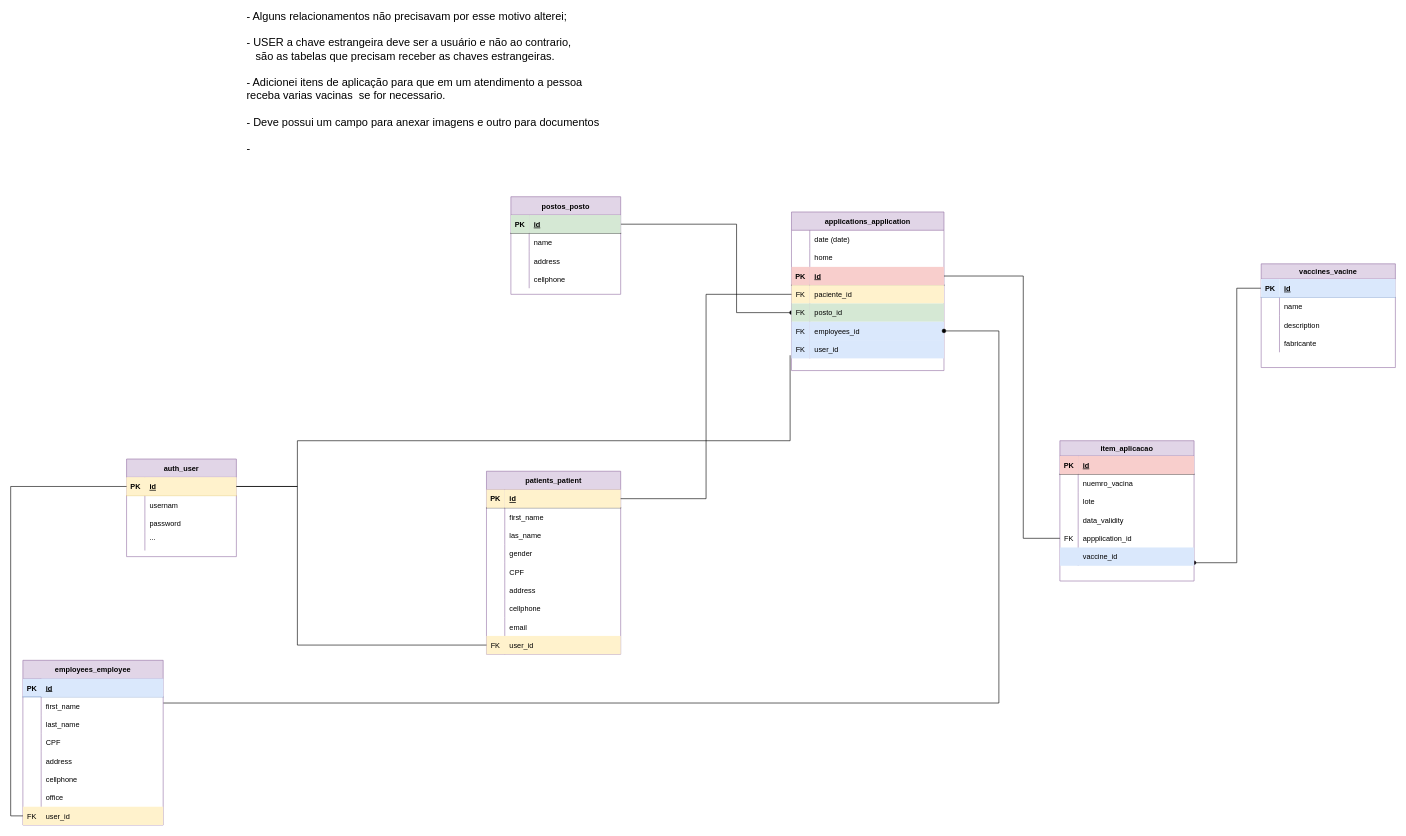
The draw.io diagram GRUPO 01 - Sistema Unificado de Vacinação (SuvApp).drawio in anleaes/2021-1-N2-dev01, before the edit. Source tidied: cells renumbered, new cells numbered last; positions are measured from the earlier drawing's top-left corner, leaving out a move shared by most shapes. Both pictures are drawn from the tidied source at 61%, with x=0, y=0 at pixel (23, 32).
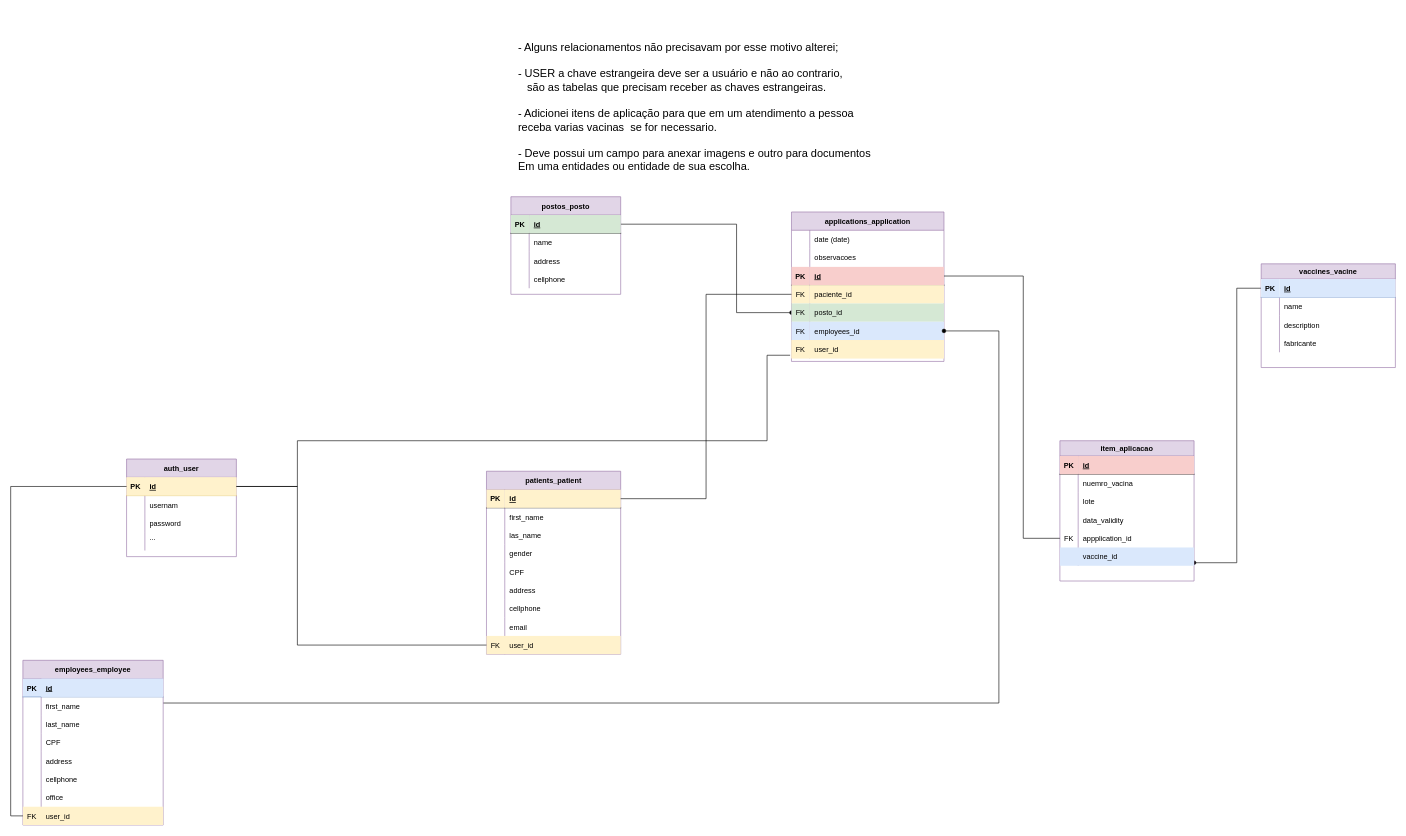
After the change.

The change refers to these unchanged cells:
```xml
<mxCell id="3" style="shape=partialRectangle;fillColor=#fff2cc;top=0;left=0;bottom=1;right=0;points=[[0,0.5],[1,0.5]];portConstraint=eastwest;strokeColor=#d6b656;" parent="2" vertex="1">
  <mxGeometry y="30" width="180" height="30" as="geometry" />
</mxCell>
<mxCell id="16" style="shape=partialRectangle;fillColor=none;top=0;left=0;bottom=1;right=0;points=[[0,0.5],[1,0.5]];portConstraint=eastwest;" parent="15" vertex="1">
  <mxGeometry y="30" width="220" height="30" as="geometry" />
</mxCell>
<mxCell id="75" style="shape=partialRectangle;fillColor=none;top=0;left=0;bottom=0;right=0;" parent="71" vertex="1">
  <mxGeometry y="60" width="250" height="30" as="geometry" />
</mxCell>
<mxCell id="81" style="shape=partialRectangle;fillColor=none;top=0;left=0;bottom=0;right=0;points=[[0,0.5],[1,0.5]];portConstraint=eastwest;" parent="71" vertex="1">
  <mxGeometry y="120" width="250" height="30" as="geometry" />
</mxCell>
```

Change to the diagram source:
```diff
@@
     <mxCell id="71" value="applications_application" style="shape=table;startSize=30;childLayout=tableLayout;rowLines=0;fontStyle=1;align=center;fillColor=#e1d5e7;strokeColor=#9673a6;" parent="1" vertex="1">
-      <mxGeometry x="1260" y="295" width="250" height="260" as="geometry" />
+      <mxGeometry x="1260" y="295" width="250" height="245" as="geometry" />
     </mxCell>
@@
-    <mxCell id="77" value="home" style="shape=partialRectangle;fillColor=none;top=0;left=0;bottom=0;right=0;align=left;spacingLeft=6;overflow=hidden;" parent="75" vertex="1">
+    <mxCell id="77" value="observacoes" style="shape=partialRectangle;fillColor=none;top=0;left=0;bottom=0;right=0;align=left;spacingLeft=6;overflow=hidden;" parent="75" vertex="1">
       <mxGeometry x="30" width="220" height="30" as="geometry" />
     </mxCell>
@@
-    <mxCell id="90" style="shape=partialRectangle;fillColor=none;top=0;left=0;bottom=0;right=0;points=[[0,0.5],[1,0.5]];portConstraint=eastwest;" parent="71" vertex="1">
+    <mxCell id="90" style="shape=partialRectangle;top=0;left=0;bottom=0;right=0;points=[[0,0.5],[1,0.5]];portConstraint=eastwest;strokeColor=#d6b656;fillColor=#FFF2CC;" parent="71" vertex="1">
       <mxGeometry y="210" width="250" height="30" as="geometry" />
     </mxCell>
-    <mxCell id="91" value="FK" style="shape=partialRectangle;fillColor=#dae8fc;top=0;left=0;bottom=0;right=0;overflow=hidden;strokeColor=#6c8ebf;" parent="90" vertex="1">
+    <mxCell id="91" value="FK" style="shape=partialRectangle;fillColor=#fff2cc;top=0;left=0;bottom=0;right=0;overflow=hidden;strokeColor=#d6b656;" parent="90" vertex="1">
       <mxGeometry width="30" height="30" as="geometry" />
     </mxCell>
-    <mxCell id="92" value="user_id" style="shape=partialRectangle;fillColor=#dae8fc;top=0;left=0;bottom=0;right=0;align=left;spacingLeft=6;overflow=hidden;strokeColor=#6c8ebf;" parent="90" vertex="1">
+    <mxCell id="92" value="user_id" style="shape=partialRectangle;fillColor=#fff2cc;top=0;left=0;bottom=0;right=0;align=left;spacingLeft=6;overflow=hidden;strokeColor=#d6b656;" parent="90" vertex="1">
       <mxGeometry x="30" width="220" height="30" as="geometry" />
     </mxCell>
@@
-    <mxCell id="119" value="&lt;font style=&quot;font-size: 18px&quot;&gt;- Alguns relacionamentos não precisavam por esse motivo alterei;&lt;br&gt;&lt;br&gt;- USER a chave estrangeira deve ser a usuário e não ao contrario,&lt;br&gt;&amp;nbsp; &amp;nbsp;são as tabelas que precisam receber as chaves estrangeiras.&lt;br&gt;&lt;br&gt;- Adicionei itens de aplicação para que em um atendimento a pessoa&lt;br&gt;receba varias vacinas&amp;nbsp; se for necessario.&lt;br&gt;&lt;br&gt;- Deve possui um campo para anexar imagens e outro para documentos&lt;br&gt;&lt;br&gt;-&amp;nbsp;&lt;br&gt;&lt;br&gt;&lt;br&gt;&lt;/font&gt;" style="text;html=1;align=left;verticalAlign=middle;strokeColor=none;" parent="1" vertex="1">
-      <mxGeometry x="365" width="590" height="210" as="geometry" />
+    <mxCell id="119" value="&lt;font style=&quot;font-size: 18px&quot;&gt;- Alguns relacionamentos não precisavam por esse motivo alterei;&lt;br&gt;&lt;br&gt;- USER a chave estrangeira deve ser a usuário e não ao contrario,&lt;br&gt;&amp;nbsp; &amp;nbsp;são as tabelas que precisam receber as chaves estrangeiras.&lt;br&gt;&lt;br&gt;- Adicionei itens de aplicação para que em um atendimento a pessoa&lt;br&gt;receba varias vacinas&amp;nbsp; se for necessario.&lt;br&gt;&lt;br&gt;- Deve possui um campo para anexar imagens e outro para documentos&lt;br&gt;Em uma entidades ou entidade de sua escolha.&lt;br&gt;&lt;br&gt;&lt;br&gt;&lt;/font&gt;" style="text;html=1;align=left;verticalAlign=middle;strokeColor=none;" parent="1" vertex="1">
+      <mxGeometry x="810" y="50" width="590" height="190" as="geometry" />
     </mxCell>
@@
     <mxCell id="122" style="edgeStyle=orthogonalEdgeStyle;rounded=0;jettySize=auto;html=1;exitX=1;exitY=0.5;exitDx=0;exitDy=0;entryX=-0.009;entryY=0.829;entryDx=0;entryDy=0;entryPerimeter=0;endArrow=none;endFill=0;" parent="1" edge="1" source="3" target="90">
       <mxGeometry relative="1" as="geometry">
         <Array as="points">
           <mxPoint x="450" y="745" />
           <mxPoint x="450" y="670" />
+          <mxPoint x="1220" y="670" />
+          <mxPoint x="1220" y="530" />
         </Array>
       </mxGeometry>
     </mxCell>
-    <mxCell id="123" style="edgeStyle=orthogonalEdgeStyle;rounded=0;jettySize=auto;html=1;exitX=1;exitY=0.5;exitDx=0;exitDy=0;entryX=0;entryY=0.5;entryDx=0;entryDy=0;endArrow=none;endFill=0;" parent="1" edge="1" source="16" target="81">
+    <mxCell id="123" style="edgeStyle=orthogonalEdgeStyle;rounded=0;jettySize=auto;html=1;exitX=1;exitY=0.5;exitDx=0;exitDy=0;endArrow=none;endFill=0;entryX=0;entryY=0.5;entryDx=0;entryDy=0;" parent="1" edge="1" source="16" target="81">
       <mxGeometry relative="1" as="geometry" />
     </mxCell>
```
